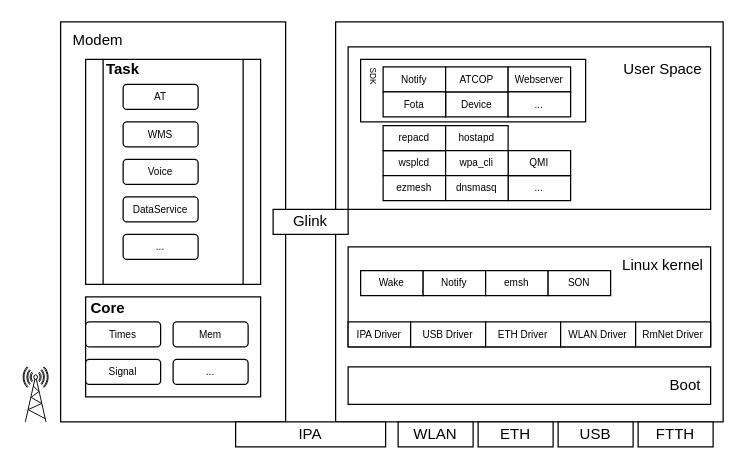
alexsvn/draw keeps this draw.io diagram as page "SystemDraw" (3 of 5) of easymesh.drawio. Above is the earlier version. Source tidied: cells renumbered, new cells numbered last; positions are measured from the earlier drawing's top-left corner, leaving out a move shared by most shapes. Both pictures are drawn from the tidied source at 125%, with x=0, y=0 at pixel (22, 21).
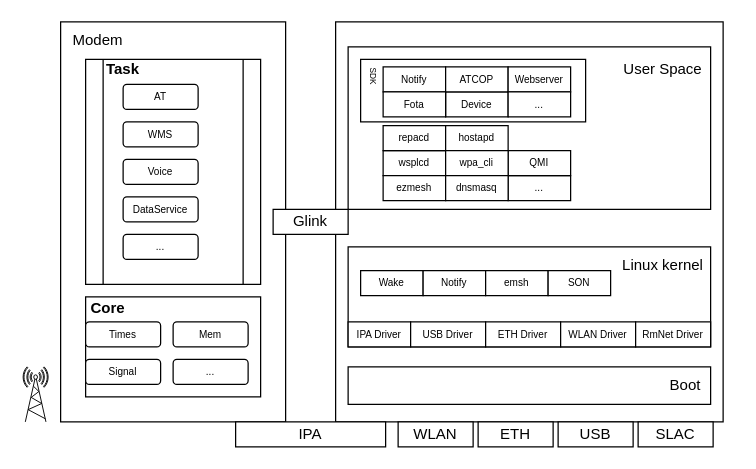
The same diagram, later.

The edit, as a diff of the source:
```diff
@@
-    <mxCell id="43" value="FTTH" style="rounded=0;whiteSpace=wrap;html=1;" parent="1" vertex="1">
+    <mxCell id="43" value="SLAC" style="rounded=0;whiteSpace=wrap;html=1;" parent="1" vertex="1">
       <mxGeometry x="492" y="320" width="60" height="20" as="geometry" />
     </mxCell>
```
